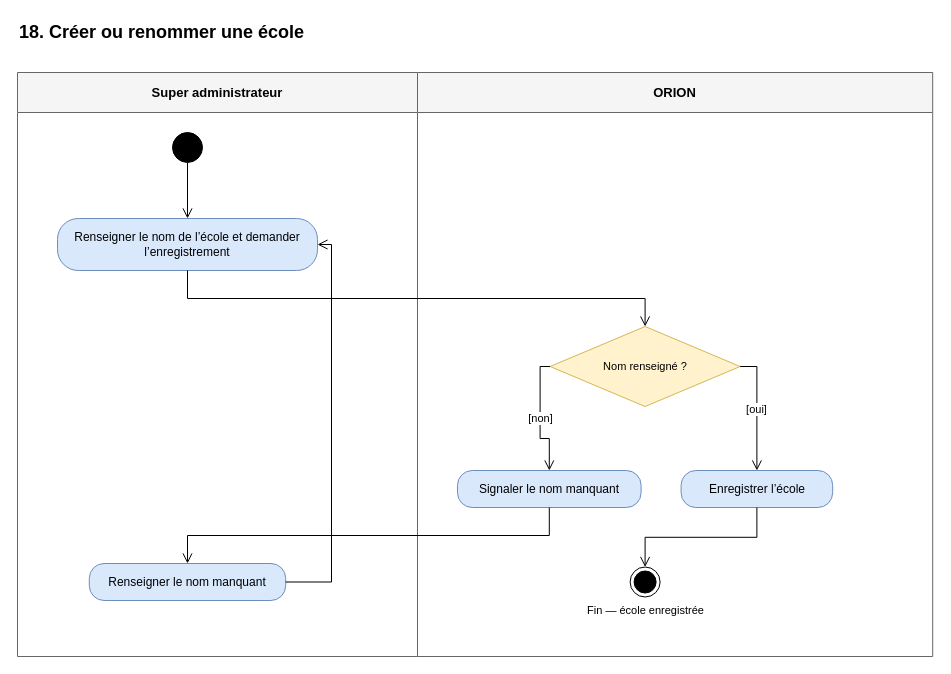
bpierrelouis/aster keeps this draw.io diagram as page "Créer ou renommer une école" (18 of 19) of docs/02-ANALYSE/02-CAPTURE-DES-BESOINS/08-DIAGRAMMES-ACTIVITE-CAS-UTILISATION.drawio. Above is the earlier version. Source tidied: cells renumbered, new cells numbered last; positions are measured from the earlier drawing's top-left corner, leaving out a move shared by most shapes. Both pictures are drawn from the tidied source at 100%, with x=0, y=0 at pixel (17, 17).
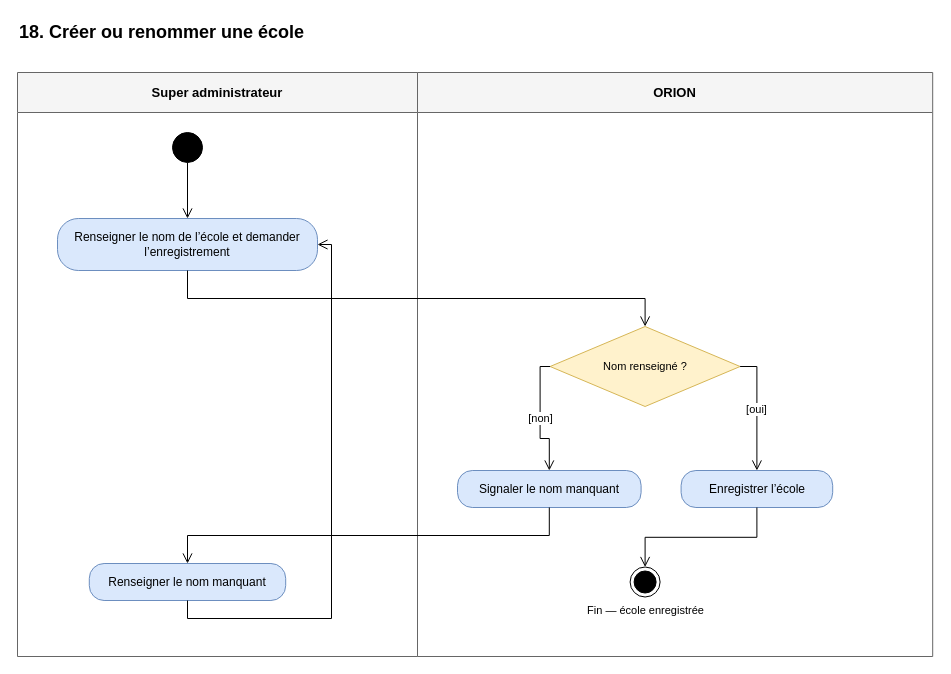
After the change.

The change refers to these unchanged cells:
```xml
<mxCell id="7" value="Renseigner le nom de l’école et demander l’enregistrement" style="rounded=1;arcSize=40;whiteSpace=wrap;html=1;fontSize=12;fillColor=#dae8fc;strokeColor=#6c8ebf;" parent="3" vertex="1">
  <mxGeometry x="40" y="146" width="260" height="52" as="geometry" />
</mxCell>
<mxCell id="8" value="Renseigner le nom manquant" style="rounded=1;arcSize=40;whiteSpace=wrap;html=1;fontSize=12;fillColor=#dae8fc;strokeColor=#6c8ebf;" parent="3" vertex="1">
  <mxGeometry x="71.8" y="491" width="196.4" height="37" as="geometry" />
</mxCell>
```

Change to the diagram source:
```diff
@@
-    <mxCell id="16" style="edgeStyle=orthogonalEdgeStyle;endArrow=open;endSize=8;html=1;rounded=0;fontSize=11;labelBackgroundColor=#ffffff;exitX=1;exitY=0.5;exitDx=0;exitDy=0;entryX=1;entryY=0.5;entryDx=0;entryDy=0;" parent="1" edge="1" source="8" target="7">
+    <mxCell id="16" style="edgeStyle=orthogonalEdgeStyle;endArrow=open;endSize=8;html=1;rounded=0;fontSize=11;labelBackgroundColor=#ffffff;exitX=0.5;exitY=1;exitDx=0;exitDy=0;entryX=1;entryY=0.5;entryDx=0;entryDy=0;" parent="1" edge="1" source="8" target="7">
       <mxGeometry relative="1" as="geometry">
         <Array as="points">
-          <mxPoint x="314" y="564.5" />
+          <mxPoint x="170" y="601" />
+          <mxPoint x="314" y="601" />
           <mxPoint x="314" y="227" />
         </Array>
       </mxGeometry>
     </mxCell>
```
